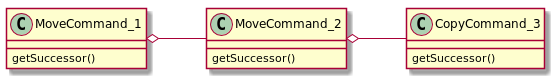
Above: javaDesignPatterns/src/docs/asciidoc/diagram-command-classes-aggregation.png in trustedshops/design-patterns (PlantUML), before the change. Source of this version:
```plantuml
@startuml
left to right direction

MoveCommand_1 o-- MoveCommand_2
MoveCommand_2 o-- CopyCommand_3

MoveCommand_1 : getSuccessor()
MoveCommand_2 : getSuccessor()
CopyCommand_3 : getSuccessor()
@enduml
```
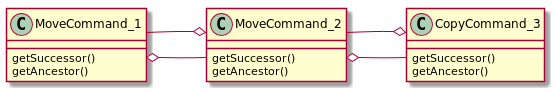
After the commit.

What changed in the source:
```diff
@@ -2,9 +2,14 @@
 left to right direction
 
 MoveCommand_1 o-- MoveCommand_2
+MoveCommand_2 o-- MoveCommand_1
 MoveCommand_2 o-- CopyCommand_3
+CopyCommand_3 o-- MoveCommand_2
 
 MoveCommand_1 : getSuccessor()
+MoveCommand_1 : getAncestor()
 MoveCommand_2 : getSuccessor()
+MoveCommand_2 : getAncestor()
 CopyCommand_3 : getSuccessor()
+CopyCommand_3 : getAncestor()
 @enduml
```
